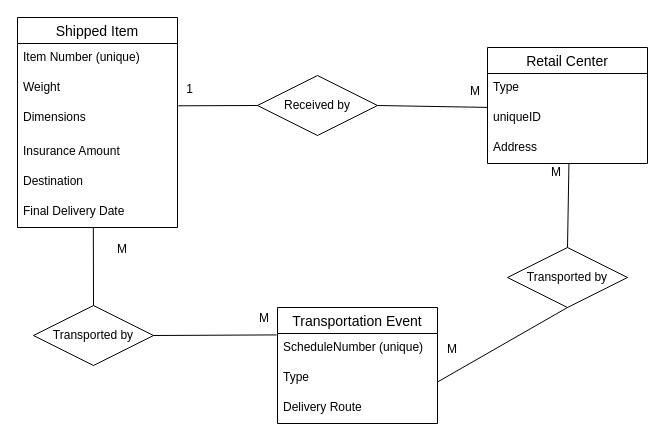
Above: UPS_ermodel.drawio in patrick-doumont/ermodeling (draw.io), before the change. Source tidied: cells renumbered, new cells numbered last; positions are measured from the earlier drawing's top-left corner, leaving out a move shared by most shapes. Both pictures are drawn from the tidied source at 100%, with x=0, y=0 at pixel (17, 17).
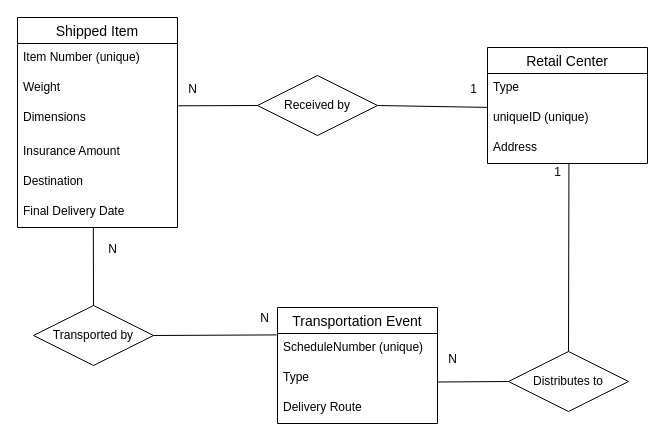
The same diagram, later.

The change refers to these unchanged cells:
```xml
<mxCell id="9" value="Retail Center" style="swimlane;fontStyle=0;horizontal=1;startSize=26;align=center;fontSize=14;" parent="1" vertex="1">
  <mxGeometry x="470" y="30" width="160" height="116" as="geometry" />
</mxCell>
<mxCell id="14" style="endArrow=none;html=1;rounded=0;exitX=0;exitY=0.5;exitDx=0;exitDy=0;entryX=1.005;entryY=0.068;entryDx=0;entryDy=0;entryPerimeter=0;" parent="1" edge="1" source="13" target="5">
  <mxGeometry relative="1" as="geometry" />
</mxCell>
<mxCell id="16" style="endArrow=none;html=1;rounded=0;exitX=1;exitY=0.5;exitDx=0;exitDy=0;entryX=-0.002;entryY=0.13;entryDx=0;entryDy=0;entryPerimeter=0;" parent="1" edge="1" source="13" target="11">
  <mxGeometry relative="1" as="geometry" />
</mxCell>
<mxCell id="23" style="endArrow=none;html=1;rounded=0;exitX=1;exitY=0.5;exitDx=0;exitDy=0;entryX=-0.006;entryY=0.047;entryDx=0;entryDy=0;entryPerimeter=0;" parent="1" edge="1" source="22" target="19">
  <mxGeometry relative="1" as="geometry" />
</mxCell>
<mxCell id="25" style="endArrow=none;html=1;rounded=0;exitX=0.5;exitY=0;exitDx=0;exitDy=0;entryX=0.474;entryY=0.993;entryDx=0;entryDy=0;entryPerimeter=0;" parent="1" edge="1" source="22" target="8">
  <mxGeometry relative="1" as="geometry" />
</mxCell>
<mxCell id="28" style="endArrow=none;html=1;rounded=0;exitX=0.5;exitY=0;exitDx=0;exitDy=0;entryX=0.509;entryY=0.98;entryDx=0;entryDy=0;entryPerimeter=0;" parent="1" edge="1" source="27" target="12">
  <mxGeometry relative="1" as="geometry" />
</mxCell>
```

Diff of the diagram source:
```diff
@@
-    <mxCell id="11" value="uniqueID" style="text;strokeColor=none;fillColor=none;spacingLeft=4;spacingRight=4;overflow=hidden;points=[[0,0.5],[1,0.5]];portConstraint=eastwest;fontSize=12;" parent="9" vertex="1">
+    <mxCell id="11" value="uniqueID (unique)" style="text;strokeColor=none;fillColor=none;spacingLeft=4;spacingRight=4;overflow=hidden;points=[[0,0.5],[1,0.5]];portConstraint=eastwest;fontSize=12;" parent="9" vertex="1">
       <mxGeometry y="56" width="160" height="30" as="geometry" />
     </mxCell>
@@
     <mxCell id="15" value="1" style="html=1;align=right;verticalAlign=bottom;" parent="14" vertex="1">
       <mxGeometry x="1" relative="1" as="geometry">
-        <mxPoint x="15" y="-8.2" as="offset" />
+        <mxPoint x="299" y="-8.2" as="offset" />
       </mxGeometry>
     </mxCell>
@@
-    <mxCell id="17" value="M" style="html=1;align=right;verticalAlign=bottom;" parent="16" vertex="1">
+    <mxCell id="17" value="N" style="html=1;align=right;verticalAlign=bottom;" parent="16" vertex="1">
       <mxGeometry x="1" relative="1" as="geometry">
-        <mxPoint x="-7" y="-8.2" as="offset" />
+        <mxPoint x="-290" y="-9.9" as="offset" />
       </mxGeometry>
     </mxCell>
@@
-    <mxCell id="24" value="M" style="html=1;align=right;verticalAlign=bottom;" parent="23" vertex="1">
+    <mxCell id="24" value="N" style="html=1;align=right;verticalAlign=bottom;" parent="23" vertex="1">
       <mxGeometry x="1" relative="1" as="geometry">
         <mxPoint x="-7" y="-8.2" as="offset" />
       </mxGeometry>
     </mxCell>
@@
-    <mxCell id="26" value="M" style="html=1;align=right;verticalAlign=bottom;" parent="25" vertex="1">
+    <mxCell id="26" value="N" style="html=1;align=right;verticalAlign=bottom;" parent="25" vertex="1">
       <mxGeometry x="1" relative="1" as="geometry">
-        <mxPoint x="34.1" y="30" as="offset" />
+        <mxPoint x="24.2" y="30" as="offset" />
       </mxGeometry>
     </mxCell>
-    <mxCell id="27" value="Transported by" style="shape=rhombus;perimeter=rhombusPerimeter;whiteSpace=wrap;html=1;align=center;" parent="1" vertex="1">
-      <mxGeometry x="490" y="230" width="120" height="60" as="geometry" />
+    <mxCell id="27" value="Distributes to" style="shape=rhombus;perimeter=rhombusPerimeter;whiteSpace=wrap;html=1;align=center;" parent="1" vertex="1">
+      <mxGeometry x="491" y="334" width="120" height="60" as="geometry" />
     </mxCell>
@@
-    <mxCell id="29" value="M" style="html=1;align=right;verticalAlign=bottom;" parent="28" vertex="1">
+    <mxCell id="29" value="1" style="html=1;align=right;verticalAlign=bottom;" parent="28" vertex="1">
       <mxGeometry x="1" relative="1" as="geometry">
         <mxPoint x="-7" y="17.9" as="offset" />
       </mxGeometry>
     </mxCell>
-    <mxCell id="30" style="endArrow=none;html=1;rounded=0;entryX=1;entryY=0.95;entryDx=0;entryDy=0;entryPerimeter=0;exitX=0.5;exitY=1;exitDx=0;exitDy=0;" parent="1" edge="1" source="27">
+    <mxCell id="30" style="endArrow=none;html=1;rounded=0;entryX=1;entryY=0.95;entryDx=0;entryDy=0;entryPerimeter=0;exitX=0;exitY=0.5;exitDx=0;exitDy=0;" parent="1" edge="1" source="27">
       <mxGeometry relative="1" as="geometry">
         <mxPoint x="420" y="364.5" as="targetPoint" />
       </mxGeometry>
     </mxCell>
-    <mxCell id="31" value="M" style="html=1;align=right;verticalAlign=bottom;" parent="30" vertex="1">
+    <mxCell id="31" value="N" style="html=1;align=right;verticalAlign=bottom;" parent="30" vertex="1">
       <mxGeometry x="1" relative="1" as="geometry">
-        <mxPoint x="19.9" y="-24.4" as="offset" />
+        <mxPoint x="19.9" y="-14.5" as="offset" />
       </mxGeometry>
     </mxCell>
```
